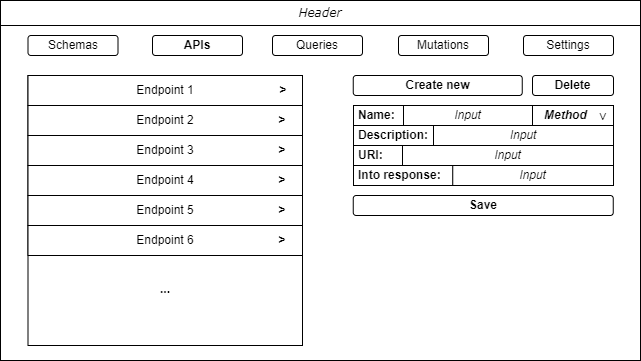
Earlier version of the draw.io export Artefatos/Telas/apis-panel-wireframe.png (ICEI-PUC-Minas-PPLES-TI/plf-es-2022-1-tcci-5308100-dev-marlon-silva). Source tidied: cells renumbered, new cells last; positions are measured from the earlier drawing's top-left corner, leaving out a move shared by most shapes.
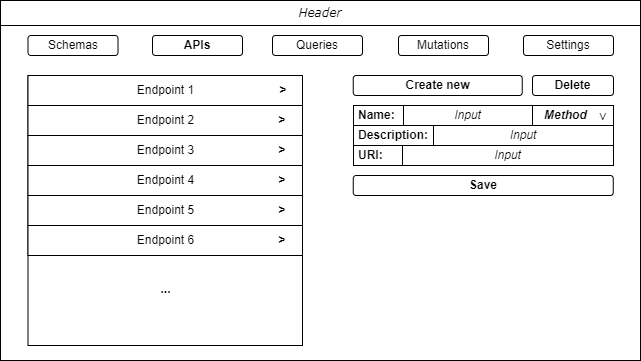
Later version of the same file.

Commit message:
Atualizando documentação do projeto

The edit, as a diff of the source:
```diff
@@ -48,7 +48,7 @@
       <mxGeometry x="263" y="75" width="40" height="30" as="geometry" />
     </mxCell>
     <mxCell id="17" style="rounded=0;whiteSpace=wrap;html=1;" parent="1" vertex="1">
-      <mxGeometry x="353" y="105" width="260" height="80" as="geometry" />
+      <mxGeometry x="353" y="105" width="260" height="60" as="geometry" />
     </mxCell>
     <mxCell id="18" value="&amp;gt;" style="text;html=1;strokeColor=none;fillColor=none;align=center;verticalAlign=middle;whiteSpace=wrap;rounded=0;fontStyle=1;" parent="1" vertex="1">
       <mxGeometry x="262" y="105" width="40" height="30" as="geometry" />
@@ -69,7 +69,7 @@
       <mxGeometry x="402" y="145" width="211" height="20" as="geometry" />
     </mxCell>
     <mxCell id="24" value="Save" style="rounded=1;whiteSpace=wrap;html=1;fontStyle=1;" parent="1" vertex="1">
-      <mxGeometry x="352.8" y="195" width="260" height="20" as="geometry" />
+      <mxGeometry x="352.8" y="175" width="260" height="20" as="geometry" />
     </mxCell>
     <mxCell id="25" value="Endpoint 5" style="rounded=0;whiteSpace=wrap;html=1;" parent="1" vertex="1">
       <mxGeometry x="27.5" y="195" width="274.5" height="30" as="geometry" />
@@ -92,12 +92,6 @@
     <mxCell id="31" value="&lt;font face=&quot;Verdana&quot; style=&quot;font-size: 12px;&quot;&gt;&amp;gt;&lt;/font&gt;" style="text;html=1;strokeColor=none;fillColor=none;align=center;verticalAlign=middle;whiteSpace=wrap;rounded=0;fontStyle=0;rotation=90;fontSize=12;spacingRight=0;spacingLeft=0;" parent="1" vertex="1">
       <mxGeometry x="597.7" y="106" width="10.1" height="20.8" as="geometry" />
     </mxCell>
-    <mxCell id="32" value="&lt;i style=&quot;font-size: 12px;&quot;&gt;Input&lt;/i&gt;" style="rounded=0;whiteSpace=wrap;html=1;fontSize=12;" parent="1" vertex="1">
-      <mxGeometry x="452" y="165" width="161" height="20" as="geometry" />
-    </mxCell>
-    <mxCell id="33" value="&lt;b&gt;Into response:&lt;/b&gt;" style="rounded=0;whiteSpace=wrap;html=1;align=left;spacingLeft=3;fontSize=12;" parent="1" vertex="1">
-      <mxGeometry x="353" y="165" width="99.2" height="20" as="geometry" />
-    </mxCell>
     <mxCell id="34" value="Create new" style="rounded=1;whiteSpace=wrap;html=1;fontStyle=1;" parent="1" vertex="1">
       <mxGeometry x="352.8" y="75" width="169" height="20" as="geometry" />
     </mxCell>
```
